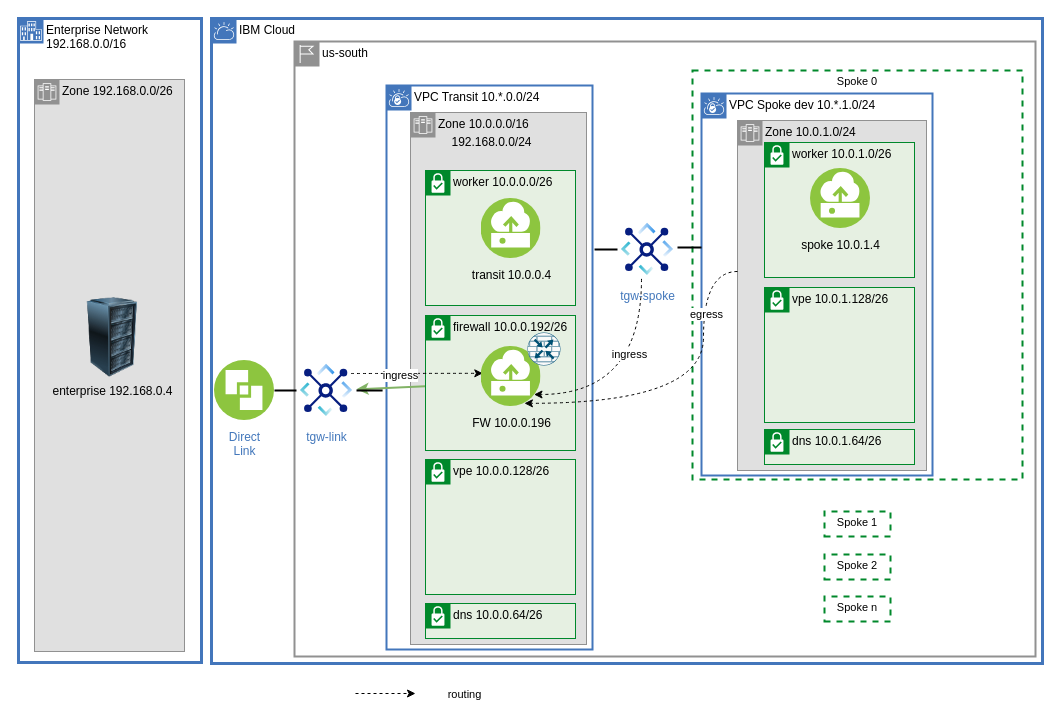
Before: page "vpc-layout" (2 of 9) of diagrams/vpc-transit.drawio in ibm-cloud-docs/solution-tutorials, a draw.io diagram. Source tidied: cells renumbered, new cells numbered last; positions are measured from the earlier drawing's top-left corner, leaving out a move shared by most shapes. Both pictures are drawn from the tidied source at 100%, with x=0, y=0 at pixel (18, 18).
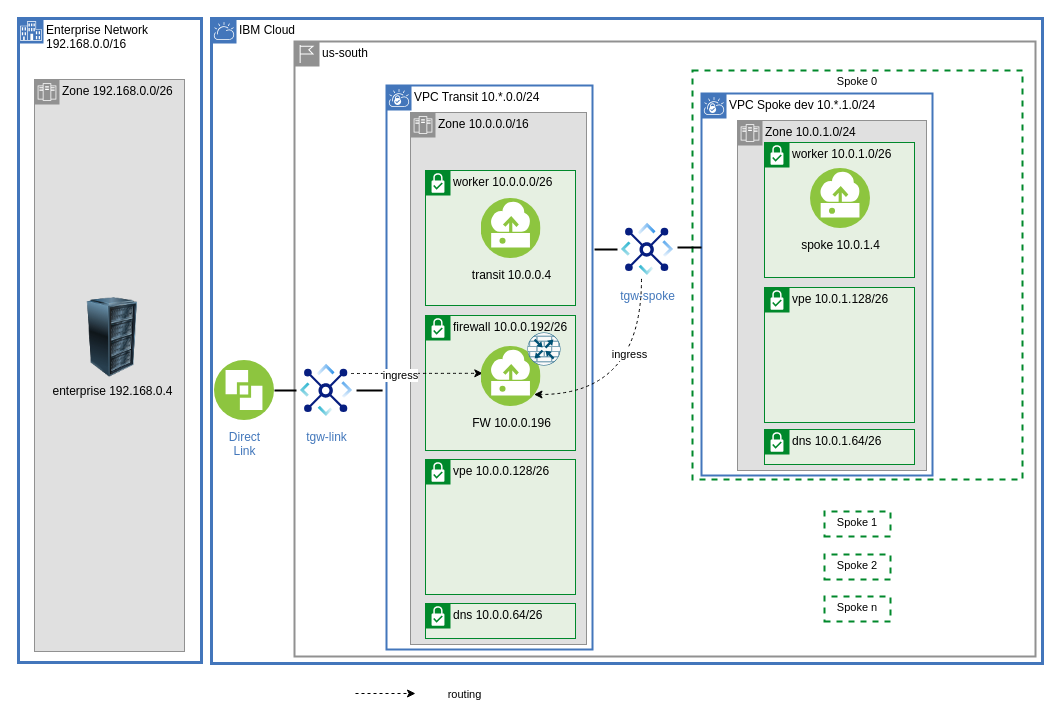
The same diagram, later.

The change refers to these unchanged cells:
```xml
<mxCell id="6" value="Zone 10.0.1.0/24" style="shape=mxgraph.ibm.box;prType=zone;fontStyle=0;verticalAlign=top;align=left;spacingLeft=32;spacingTop=4;fillColor=#E0E0E0;rounded=0;whiteSpace=wrap;html=1;strokeColor=#919191;strokeWidth=1;dashed=0;spacing=-4;" parent="1" vertex="1">
  <mxGeometry x="719" y="102" width="189" height="350" as="geometry" />
</mxCell>
<mxCell id="12" value="firewall&amp;nbsp;10.0.0.192/26" style="shape=mxgraph.ibm.box;prType=subnet;fontStyle=0;verticalAlign=top;align=left;spacingLeft=32;spacingTop=4;fillColor=#E6F0E2;rounded=0;whiteSpace=wrap;html=1;strokeColor=#00882B;strokeWidth=1;dashed=0;spacing=-4;flipV=0;" parent="1" vertex="1">
  <mxGeometry x="407" y="297" width="150" height="135" as="geometry" />
</mxCell>
<mxCell id="32" value="tgw-link" style="perimeter=ellipsePerimeter;html=1;align=center;shadow=0;dashed=0;fontColor=#4277BB;labelBackgroundColor=#ffffff;fontSize=12;spacingTop=3;image;image=img/lib/ibm/vpc/TransitGateway.svg;" parent="30" vertex="1">
  <mxGeometry x="278" y="342" width="60" height="60" as="geometry" />
</mxCell>
<mxCell id="41" value="FW 10.0.0.196" style="perimeter=ellipsePerimeter;html=1;align=center;shadow=0;dashed=0;fontColor=black;fontSize=12;spacingTop=3;image;image=img/lib/ibm/vpc/Instance.svg;overflow=visible;noLabel=0;labelBackgroundColor=none;" parent="36" vertex="1">
  <mxGeometry x="462.5" y="328" width="60" height="60" as="geometry" />
</mxCell>
```

Change to the diagram source:
```diff
@@
-    <mxCell id="11" style="edgeStyle=none;shape=connector;rounded=0;jettySize=auto;html=1;labelBackgroundColor=default;strokeColor=#82b366;strokeWidth=2;fontFamily=Helvetica;fontSize=11;fontColor=default;endArrow=classic;endFill=1;fillColor=#d5e8d4;" parent="1" edge="1" source="12" target="32">
-      <mxGeometry relative="1" as="geometry" />
-    </mxCell>
@@
-    <mxCell id="45" parent="0" />
-    <mxCell id="46" value="&lt;span style=&quot;font-size: 12px; text-align: left;&quot;&gt;192.168.0.0/24&lt;/span&gt;" style="text;html=1;align=center;verticalAlign=middle;strokeColor=none;fillColor=none;fontSize=11;fontFamily=Helvetica;fontColor=default;" parent="45" vertex="1">
-      <mxGeometry x="424" y="111" width="98" height="26" as="geometry" />
-    </mxCell>
-    <mxCell id="47" parent="0" />
-    <mxCell id="48" style="edgeStyle=orthogonalEdgeStyle;shape=connector;curved=1;rounded=0;jettySize=auto;html=1;entryX=0.75;entryY=1;entryDx=0;entryDy=0;dashed=1;labelBackgroundColor=default;strokeColor=default;strokeWidth=1;fontFamily=Helvetica;fontSize=11;fontColor=default;endArrow=classic;endFill=1;" parent="47" edge="1" source="6" target="41">
-      <mxGeometry relative="1" as="geometry">
-        <Array as="points">
-          <mxPoint x="685" y="253" />
-          <mxPoint x="685" y="385" />
-        </Array>
-      </mxGeometry>
-    </mxCell>
-    <mxCell id="49" value="egress" style="edgeLabel;html=1;align=center;verticalAlign=middle;fontSize=11;fontFamily=Helvetica;fontColor=default;" parent="48" vertex="1">
-      <mxGeometry x="-0.56" y="2" relative="1" as="geometry" />
-    </mxCell>
```
